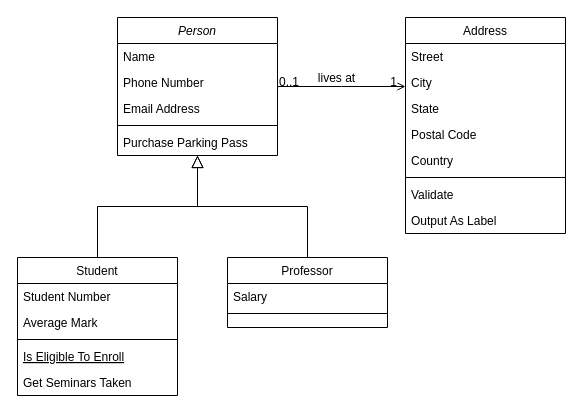
wibinabae/nabaeApps keeps this draw.io diagram as Untitled Diagram.drawio. Above is the earlier version. Source tidied: cells renumbered, new cells numbered last; positions are measured from the earlier drawing's top-left corner, leaving out a move shared by most shapes. Both pictures are drawn from the tidied source at 100%, with x=0, y=0 at pixel (17, 17).
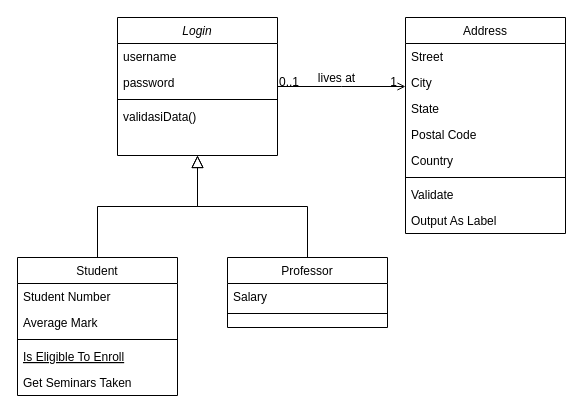
The same diagram, later.

What changed in the source:
```diff
@@
-    <mxCell id="2" value="Person" style="swimlane;fontStyle=2;align=center;verticalAlign=top;horizontal=1;startSize=26;rounded=0;shadow=0;strokeWidth=1;" parent="1" vertex="1">
+    <mxCell id="2" value="Login" style="swimlane;fontStyle=2;align=center;verticalAlign=top;horizontal=1;startSize=26;rounded=0;shadow=0;strokeWidth=1;" parent="1" vertex="1">
       <mxGeometry x="100" width="160" height="138" as="geometry" />
     </mxCell>
-    <mxCell id="3" value="Name" style="text;align=left;verticalAlign=top;spacingLeft=4;spacingRight=4;overflow=hidden;" parent="2" vertex="1">
+    <mxCell id="3" value="username" style="text;align=left;verticalAlign=top;spacingLeft=4;spacingRight=4;overflow=hidden;" parent="2" vertex="1">
       <mxGeometry y="26" width="160" height="26" as="geometry" />
     </mxCell>
-    <mxCell id="4" value="Phone Number" style="text;align=left;verticalAlign=top;spacingLeft=4;spacingRight=4;overflow=hidden;rounded=0;shadow=0;html=0;" parent="2" vertex="1">
+    <mxCell id="4" value="password" style="text;align=left;verticalAlign=top;spacingLeft=4;spacingRight=4;overflow=hidden;rounded=0;shadow=0;html=0;" parent="2" vertex="1">
       <mxGeometry y="52" width="160" height="26" as="geometry" />
     </mxCell>
-    <mxCell id="5" value="Email Address" style="text;align=left;verticalAlign=top;spacingLeft=4;spacingRight=4;overflow=hidden;rounded=0;shadow=0;html=0;" parent="2" vertex="1">
-      <mxGeometry y="78" width="160" height="26" as="geometry" />
-    </mxCell>
     <mxCell id="6" style="line;html=1;strokeWidth=1;align=left;verticalAlign=middle;spacingTop=-1;spacingLeft=3;spacingRight=3;labelPosition=right;" parent="2" vertex="1">
-      <mxGeometry y="104" width="160" height="8" as="geometry" />
+      <mxGeometry y="78" width="160" height="8" as="geometry" />
     </mxCell>
-    <mxCell id="7" value="Purchase Parking Pass" style="text;align=left;verticalAlign=top;spacingLeft=4;spacingRight=4;overflow=hidden;" parent="2" vertex="1">
-      <mxGeometry y="112" width="160" height="26" as="geometry" />
+    <mxCell id="7" value="validasiData()" style="text;align=left;verticalAlign=top;spacingLeft=4;spacingRight=4;overflow=hidden;" parent="2" vertex="1">
+      <mxGeometry y="86" width="160" height="26" as="geometry" />
     </mxCell>
```
